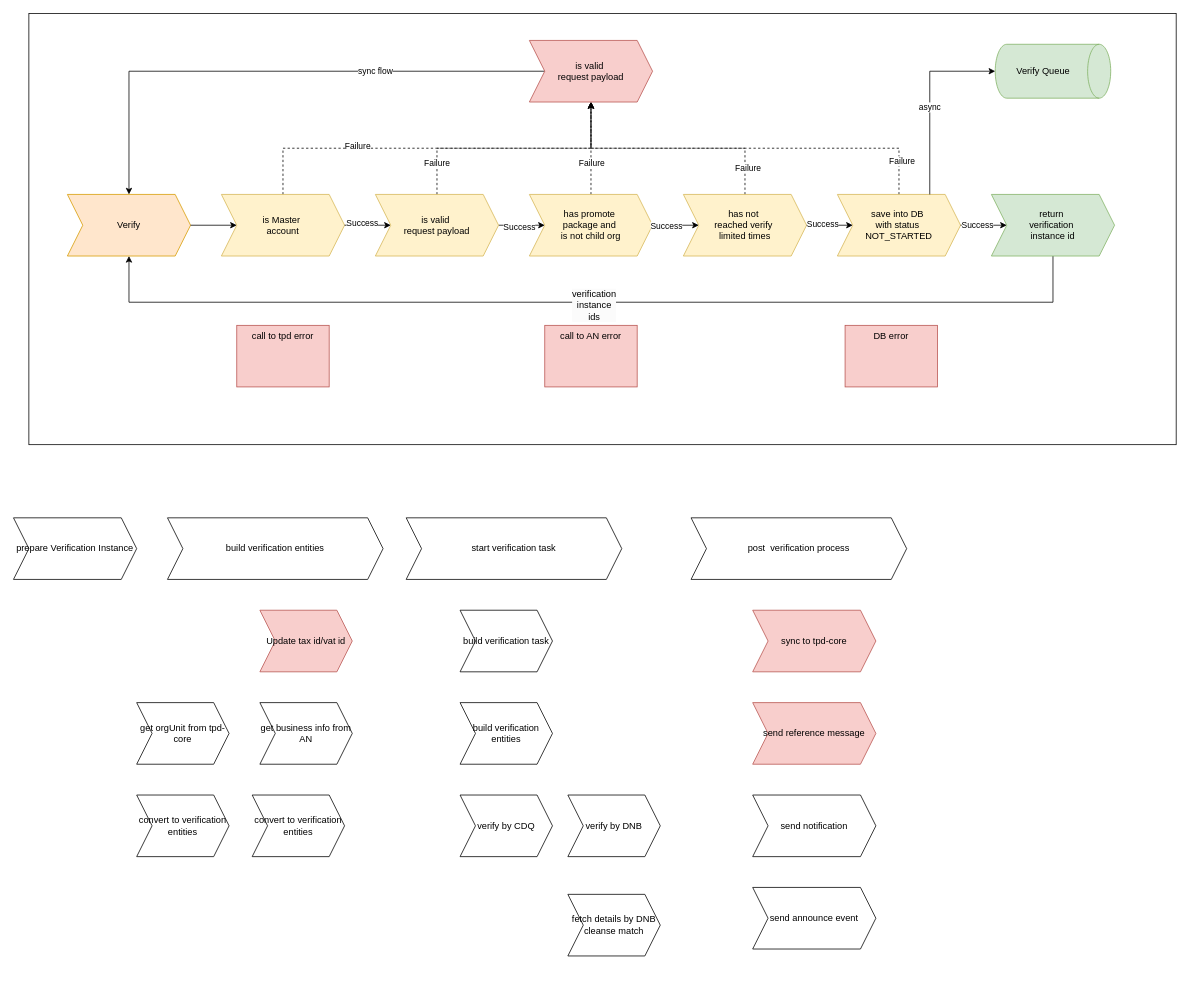
Earlier version of the draw.io diagram page "Page-10" (10 of 10) of verification_framework.drawio (huangshijie/Drawio). Source tidied: cells renumbered, new cells numbered last; positions are measured from the earlier drawing's top-left corner, leaving out a move shared by most shapes. Both pictures are drawn from the tidied source at 77%, with x=0, y=0 at pixel (13, 13).
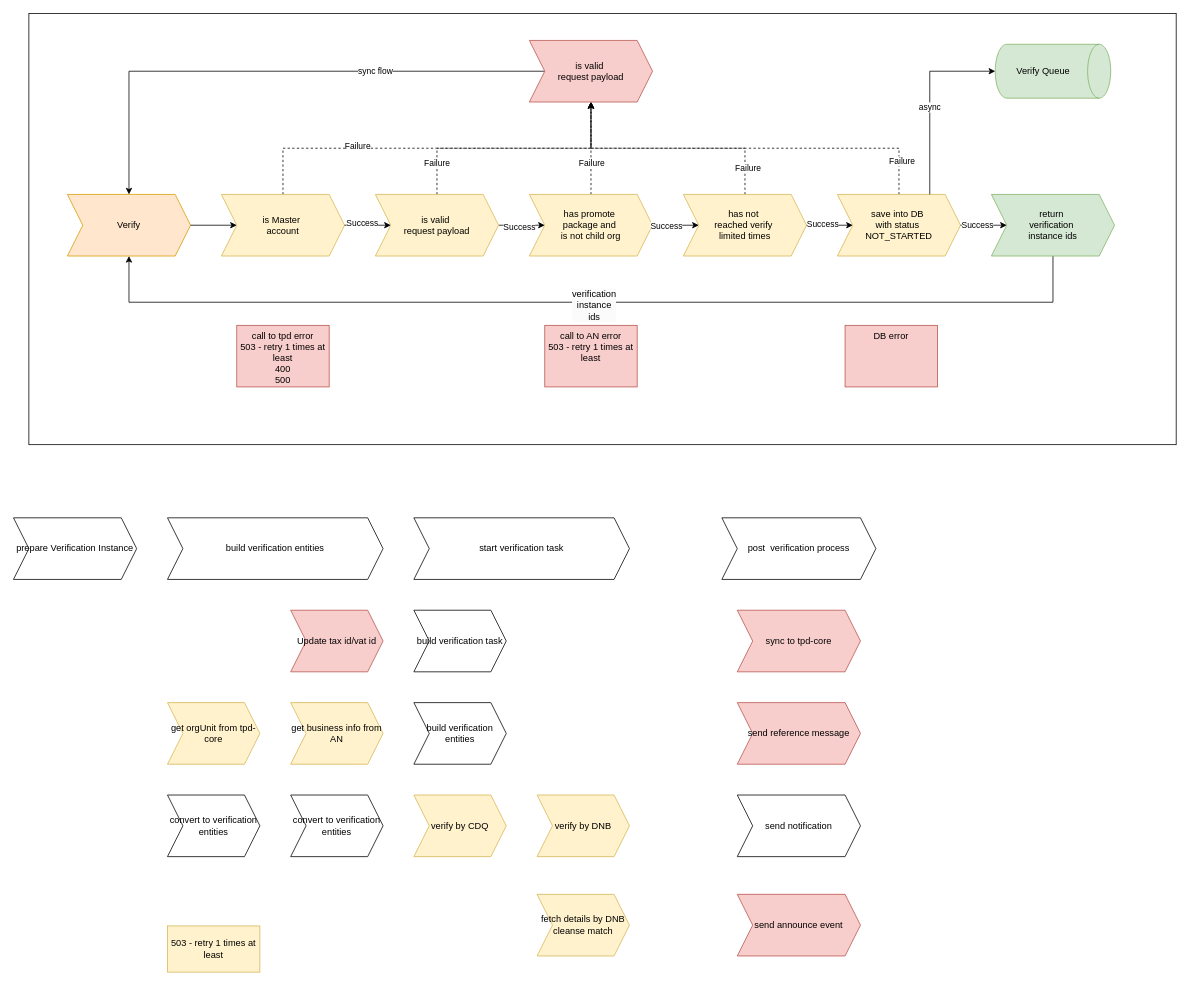
The same diagram, later.

The edit, as a diff of the source:
```diff
@@
-    <mxCell id="6" value="get orgUnit from tpd-core" style="shape=step;perimeter=stepPerimeter;whiteSpace=wrap;html=1;fixedSize=1;size=20;" parent="1" vertex="1">
-      <mxGeometry x="160" y="895" width="120" height="80" as="geometry" />
+    <mxCell id="6" value="get orgUnit from tpd-core" style="shape=step;perimeter=stepPerimeter;whiteSpace=wrap;html=1;fixedSize=1;size=20;fillColor=#fff2cc;strokeColor=#d6b656;" parent="1" vertex="1">
+      <mxGeometry x="200" y="895" width="120" height="80" as="geometry" />
     </mxCell>
     <mxCell id="7" value="convert to verification entities" style="shape=step;perimeter=stepPerimeter;whiteSpace=wrap;html=1;fixedSize=1;size=20;" parent="1" vertex="1">
-      <mxGeometry x="160" y="1015" width="120" height="80" as="geometry" />
+      <mxGeometry x="200" y="1015" width="120" height="80" as="geometry" />
     </mxCell>
-    <mxCell id="8" value="get business info from AN" style="shape=step;perimeter=stepPerimeter;whiteSpace=wrap;html=1;fixedSize=1;size=20;" parent="1" vertex="1">
-      <mxGeometry x="320" y="895" width="120" height="80" as="geometry" />
+    <mxCell id="8" value="get business info from AN" style="shape=step;perimeter=stepPerimeter;whiteSpace=wrap;html=1;fixedSize=1;size=20;fillColor=#fff2cc;strokeColor=#d6b656;" parent="1" vertex="1">
+      <mxGeometry x="360" y="895" width="120" height="80" as="geometry" />
     </mxCell>
     <mxCell id="9" value="convert to verification entities" style="shape=step;perimeter=stepPerimeter;whiteSpace=wrap;html=1;fixedSize=1;size=20;" parent="1" vertex="1">
-      <mxGeometry x="310" y="1015" width="120" height="80" as="geometry" />
+      <mxGeometry x="360" y="1015" width="120" height="80" as="geometry" />
     </mxCell>
@@
-    <mxCell id="31" value="return&amp;nbsp;&lt;div&gt;verification&amp;nbsp;&lt;/div&gt;&lt;div&gt;instance id&lt;/div&gt;" style="shape=step;perimeter=stepPerimeter;whiteSpace=wrap;html=1;fixedSize=1;size=20;align=center;fillColor=#d5e8d4;strokeColor=#82b366;" parent="1" vertex="1">
+    <mxCell id="31" value="return&amp;nbsp;&lt;div&gt;verification&amp;nbsp;&lt;/div&gt;&lt;div&gt;instance ids&lt;/div&gt;" style="shape=step;perimeter=stepPerimeter;whiteSpace=wrap;html=1;fixedSize=1;size=20;align=center;fillColor=#d5e8d4;strokeColor=#82b366;" parent="1" vertex="1">
       <mxGeometry x="1270" y="235" width="160" height="80" as="geometry" />
     </mxCell>
@@
-    <mxCell id="46" value="call to tpd error" style="rounded=0;whiteSpace=wrap;html=1;align=center;verticalAlign=top;fillColor=#f8cecc;strokeColor=#b85450;" parent="1" vertex="1">
+    <mxCell id="46" value="call to tpd error&lt;div&gt;503 - retry 1 times at least&lt;/div&gt;&lt;div&gt;400&lt;/div&gt;&lt;div&gt;500&lt;/div&gt;" style="rounded=0;whiteSpace=wrap;html=1;align=center;verticalAlign=top;fillColor=#f8cecc;strokeColor=#b85450;" parent="1" vertex="1">
       <mxGeometry x="290" y="405" width="120" height="80" as="geometry" />
     </mxCell>
-    <mxCell id="47" value="call to AN error&lt;div&gt;&lt;br&gt;&lt;/div&gt;" style="rounded=0;whiteSpace=wrap;html=1;align=center;verticalAlign=top;fillColor=#f8cecc;strokeColor=#b85450;" parent="1" vertex="1">
+    <mxCell id="47" value="call to AN error&lt;div&gt;503 - retry 1 times at least&lt;/div&gt;" style="rounded=0;whiteSpace=wrap;html=1;align=center;verticalAlign=top;fillColor=#f8cecc;strokeColor=#b85450;" parent="1" vertex="1">
       <mxGeometry x="690" y="405" width="120" height="80" as="geometry" />
     </mxCell>
     <mxCell id="48" value="start verification task" style="shape=step;perimeter=stepPerimeter;whiteSpace=wrap;html=1;fixedSize=1;size=20;" parent="1" vertex="1">
-      <mxGeometry x="510" y="655" width="280" height="80" as="geometry" />
+      <mxGeometry x="520" y="655" width="280" height="80" as="geometry" />
     </mxCell>
     <mxCell id="49" value="build verification task" style="shape=step;perimeter=stepPerimeter;whiteSpace=wrap;html=1;fixedSize=1;size=20;" parent="1" vertex="1">
-      <mxGeometry x="580" y="775" width="120" height="80" as="geometry" />
+      <mxGeometry x="520" y="775" width="120" height="80" as="geometry" />
     </mxCell>
     <mxCell id="50" value="build verification entities" style="shape=step;perimeter=stepPerimeter;whiteSpace=wrap;html=1;fixedSize=1;size=20;" parent="1" vertex="1">
-      <mxGeometry x="580" y="895" width="120" height="80" as="geometry" />
+      <mxGeometry x="520" y="895" width="120" height="80" as="geometry" />
     </mxCell>
-    <mxCell id="51" value="verify by CDQ" style="shape=step;perimeter=stepPerimeter;whiteSpace=wrap;html=1;fixedSize=1;size=20;" parent="1" vertex="1">
-      <mxGeometry x="580" y="1015" width="120" height="80" as="geometry" />
+    <mxCell id="51" value="verify by CDQ" style="shape=step;perimeter=stepPerimeter;whiteSpace=wrap;html=1;fixedSize=1;size=20;fillColor=#fff2cc;strokeColor=#d6b656;" parent="1" vertex="1">
+      <mxGeometry x="520" y="1015" width="120" height="80" as="geometry" />
     </mxCell>
-    <mxCell id="52" value="verify by DNB" style="shape=step;perimeter=stepPerimeter;whiteSpace=wrap;html=1;fixedSize=1;size=20;" parent="1" vertex="1">
-      <mxGeometry x="720" y="1015" width="120" height="80" as="geometry" />
+    <mxCell id="52" value="verify by DNB" style="shape=step;perimeter=stepPerimeter;whiteSpace=wrap;html=1;fixedSize=1;size=20;fillColor=#fff2cc;strokeColor=#d6b656;" parent="1" vertex="1">
+      <mxGeometry x="680" y="1015" width="120" height="80" as="geometry" />
     </mxCell>
-    <mxCell id="53" value="fetch details by DNB cleanse match" style="shape=step;perimeter=stepPerimeter;whiteSpace=wrap;html=1;fixedSize=1;size=20;" parent="1" vertex="1">
-      <mxGeometry x="720" y="1144" width="120" height="80" as="geometry" />
+    <mxCell id="53" value="fetch details by DNB cleanse match" style="shape=step;perimeter=stepPerimeter;whiteSpace=wrap;html=1;fixedSize=1;size=20;fillColor=#fff2cc;strokeColor=#d6b656;" parent="1" vertex="1">
+      <mxGeometry x="680" y="1144" width="120" height="80" as="geometry" />
     </mxCell>
     <mxCell id="54" value="post&amp;nbsp; verification process" style="shape=step;perimeter=stepPerimeter;whiteSpace=wrap;html=1;fixedSize=1;size=20;" parent="1" vertex="1">
-      <mxGeometry x="880" y="655" width="280" height="80" as="geometry" />
+      <mxGeometry x="920" y="655" width="200" height="80" as="geometry" />
     </mxCell>
     <mxCell id="55" value="send notification" style="shape=step;perimeter=stepPerimeter;whiteSpace=wrap;html=1;fixedSize=1;size=20;" parent="1" vertex="1">
-      <mxGeometry x="960" y="1015" width="160" height="80" as="geometry" />
+      <mxGeometry x="940" y="1015" width="160" height="80" as="geometry" />
     </mxCell>
-    <mxCell id="56" value="send announce event" style="shape=step;perimeter=stepPerimeter;whiteSpace=wrap;html=1;fixedSize=1;size=20;" parent="1" vertex="1">
-      <mxGeometry x="960" y="1135" width="160" height="80" as="geometry" />
+    <mxCell id="56" value="send announce event" style="shape=step;perimeter=stepPerimeter;whiteSpace=wrap;html=1;fixedSize=1;size=20;fillColor=#f8cecc;strokeColor=#b85450;" parent="1" vertex="1">
+      <mxGeometry x="940" y="1144" width="160" height="80" as="geometry" />
     </mxCell>
     <mxCell id="57" value="sync to tpd-core" style="shape=step;perimeter=stepPerimeter;whiteSpace=wrap;html=1;fixedSize=1;size=20;fillColor=#f8cecc;strokeColor=#b85450;" parent="1" vertex="1">
-      <mxGeometry x="960" y="775" width="160" height="80" as="geometry" />
+      <mxGeometry x="940" y="775" width="160" height="80" as="geometry" />
     </mxCell>
     <mxCell id="58" value="send reference message" style="shape=step;perimeter=stepPerimeter;whiteSpace=wrap;html=1;fixedSize=1;size=20;fillColor=#f8cecc;strokeColor=#b85450;" parent="1" vertex="1">
-      <mxGeometry x="960" y="895" width="160" height="80" as="geometry" />
+      <mxGeometry x="940" y="895" width="160" height="80" as="geometry" />
     </mxCell>
     <mxCell id="59" value="Update tax id/vat id" style="shape=step;perimeter=stepPerimeter;whiteSpace=wrap;html=1;fixedSize=1;size=20;fillColor=#f8cecc;strokeColor=#b85450;" parent="1" vertex="1">
-      <mxGeometry x="320" y="775" width="120" height="80" as="geometry" />
+      <mxGeometry x="360" y="775" width="120" height="80" as="geometry" />
     </mxCell>
+    <mxCell id="60" value="503 - retry 1 times at least" style="rounded=0;whiteSpace=wrap;html=1;fillColor=#fff2cc;strokeColor=#d6b656;" parent="1" vertex="1">
+      <mxGeometry x="200" y="1185" width="120" height="60" as="geometry" />
+    </mxCell>
```
